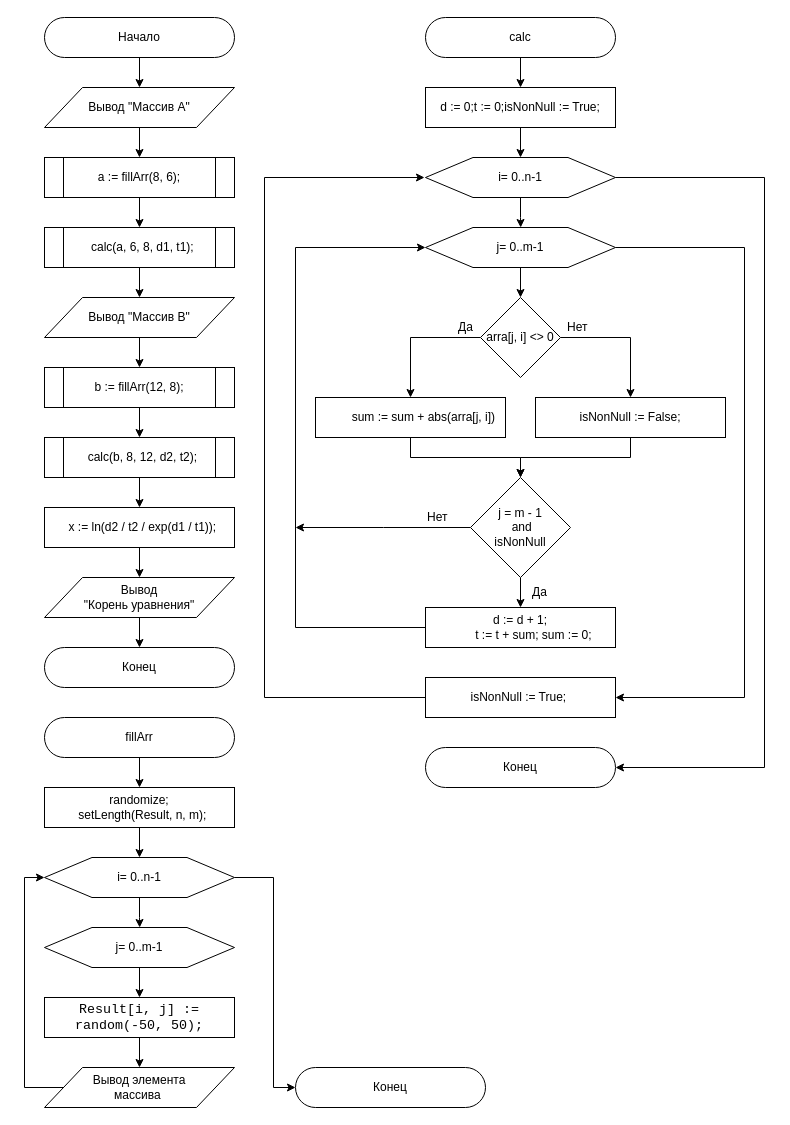
AHTOH874/PNZGU keeps this draw.io diagram as I Course/Лабораторные работы/Решённые.Основы алгоритмизации и программирования/girls/block_schems/Лаба 6_2.drawio. Above is the earlier version. Source tidied: cells renumbered, new cells numbered last; positions are measured from the earlier drawing's top-left corner, leaving out a move shared by most shapes. Both pictures are drawn from the tidied source at 100%, with x=0, y=0 at pixel (24, 17).
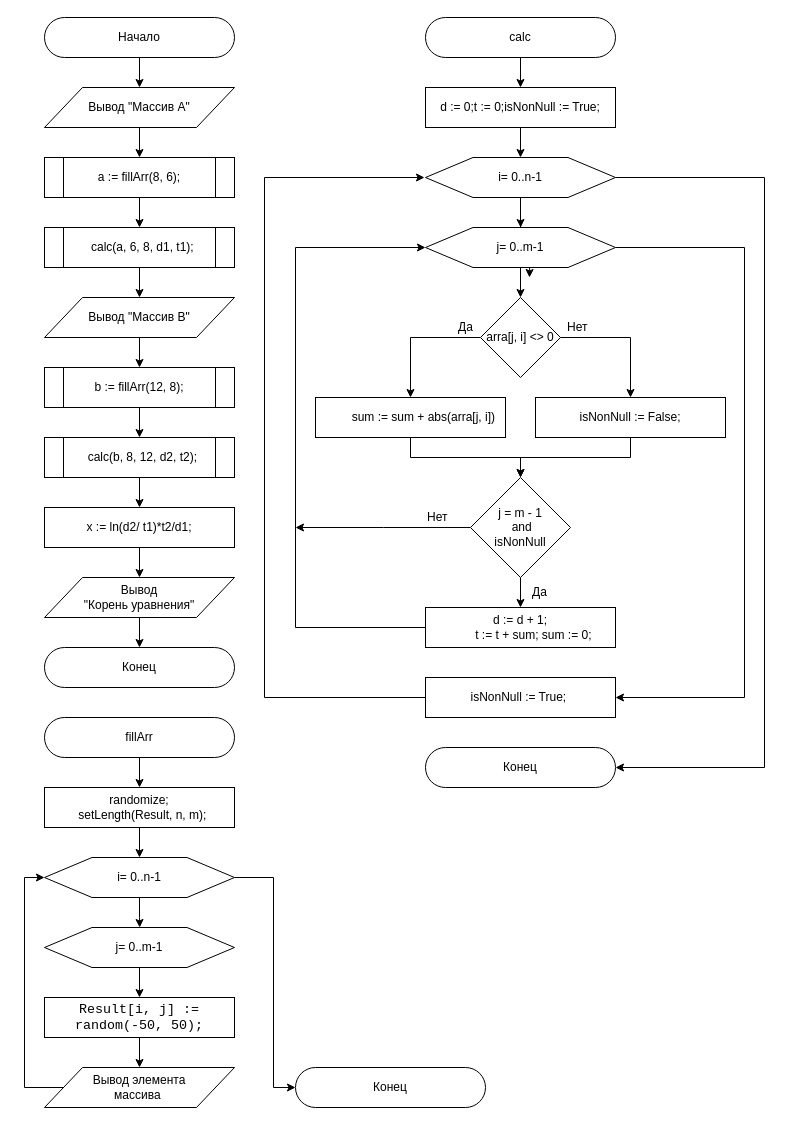
After the change.

The change refers to these unchanged cells:
```xml
<mxCell id="27" value="i= 0..n-1" style="shape=hexagon;perimeter=hexagonPerimeter2;whiteSpace=wrap;html=1;" parent="1" vertex="1">
  <mxGeometry x="401" y="140" width="190" height="40" as="geometry" />
</mxCell>
```

Diff of the diagram source:
```diff
@@
-    <mxCell id="7" value="&lt;div&gt;&amp;nbsp; x := ln(d2 / t2 / exp(d1 / t1));&lt;/div&gt;" style="rounded=0;whiteSpace=wrap;html=1;" parent="1" vertex="1">
+    <mxCell id="7" value="&lt;div&gt;x := ln(d2/ t1)*t2/d1;&lt;/div&gt;" style="rounded=0;whiteSpace=wrap;html=1;" parent="1" vertex="1">
       <mxGeometry x="20" y="490" width="190" height="40" as="geometry" />
     </mxCell>
@@
+    <mxCell id="64" style="edgeStyle=orthogonalEdgeStyle;rounded=0;jettySize=auto;html=1;" parent="1" edge="1" source="27">
+      <mxGeometry relative="1" as="geometry">
+        <mxPoint x="505" y="260" as="targetPoint" />
+      </mxGeometry>
+    </mxCell>
```
